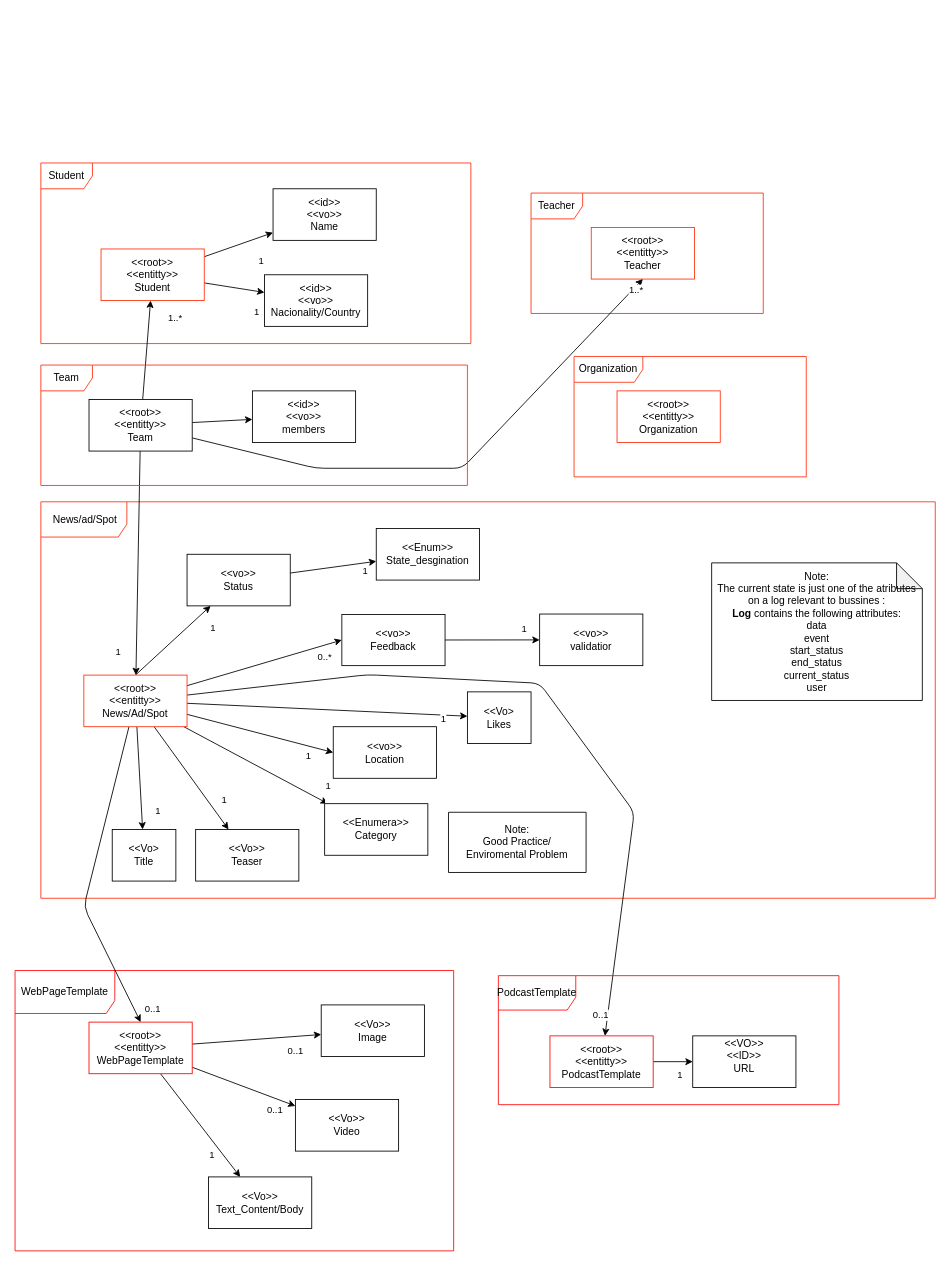
The draw.io diagram Docs/Domain-model/Domain-model.drawio in Giao748/ISEP-PESTI, before the edit. Source tidied: cells renumbered, new cells numbered last; positions are measured from the earlier drawing's top-left corner, leaving out a move shared by most shapes. Both pictures are drawn from the tidied source at 86%, with x=0, y=0 at pixel (15, 163).
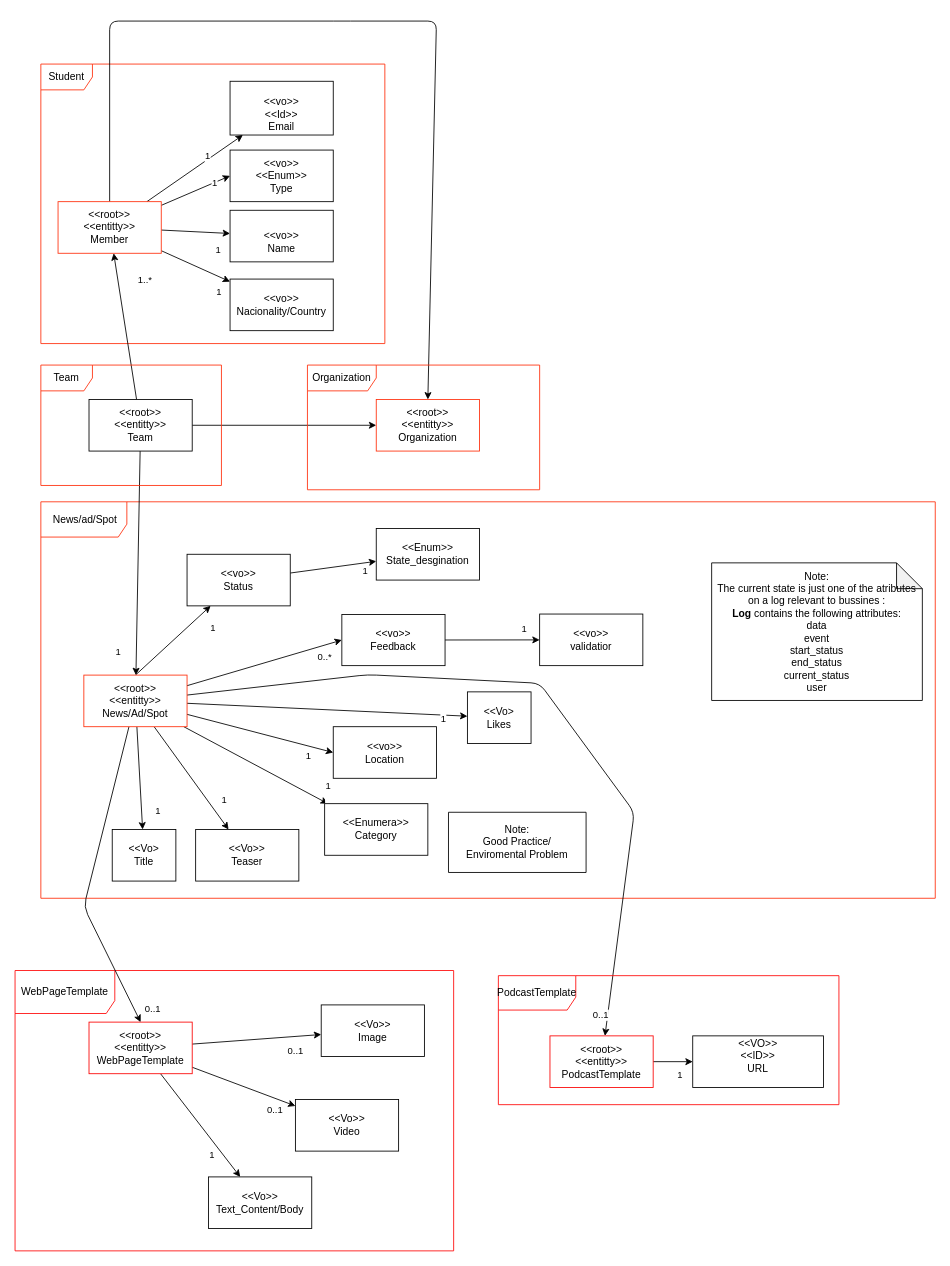
The same page after the edit.

Commit message (it also covers changes not shown here):
#2 Update on Domain Model

The change refers to these unchanged cells:
```xml
<mxCell id="52" value="&lt;span style=&quot;color: rgb(0, 0, 0);&quot;&gt;&amp;lt;&amp;lt;root&amp;gt;&amp;gt;&lt;/span&gt;&lt;div style=&quot;scrollbar-color: light-dark(#e2e2e2, #4b4b4b)&lt;br/&gt;&#9;&#9;&#9;&#9;&#9;light-dark(#fbfbfb, var(--dark-panel-color));&quot;&gt;&amp;lt;&amp;lt;entitty&amp;gt;&amp;gt;&lt;/div&gt;&lt;div style=&quot;scrollbar-color: light-dark(#e2e2e2, #4b4b4b)&lt;br/&gt;&#9;&#9;&#9;&#9;&#9;light-dark(#fbfbfb, var(--dark-panel-color));&quot;&gt;Team&lt;/div&gt;" style="whiteSpace=wrap;html=1;rounded=0;" parent="1" vertex="1">
  <mxGeometry x="86" y="275" width="120" height="60" as="geometry" />
</mxCell>
```

The edit, as a diff of the source:
```diff
@@
     <mxCell id="21" value="Student" style="shape=umlFrame;whiteSpace=wrap;html=1;strokeColor=#FF300D;" parent="1" vertex="1">
-      <mxGeometry x="30" width="500" height="210" as="geometry" />
+      <mxGeometry x="30" y="-115" width="400" height="325" as="geometry" />
     </mxCell>
@@
+    <mxCell id="72" style="edgeStyle=none;html=1;entryX=0.5;entryY=0;entryDx=0;entryDy=0;" parent="1" edge="1" source="42" target="64">
+      <mxGeometry relative="1" as="geometry">
+        <Array as="points">
+          <mxPoint x="110" y="-165" />
+          <mxPoint x="380" y="-165" />
+          <mxPoint x="490" y="-165" />
+        </Array>
+      </mxGeometry>
+    </mxCell>
+    <mxCell id="73" style="edgeStyle=none;html=1;entryX=0;entryY=0.5;entryDx=0;entryDy=0;" parent="1" edge="1" source="42" target="77">
+      <mxGeometry relative="1" as="geometry" />
+    </mxCell>
+    <mxCell id="74" value="1" style="edgeLabel;html=1;align=center;verticalAlign=middle;" parent="73" vertex="1">
+      <mxGeometry x="0.53" y="1" relative="1" as="geometry">
+        <mxPoint y="1" as="offset" />
+      </mxGeometry>
+    </mxCell>
+    <mxCell id="75" style="edgeStyle=none;html=1;" parent="1" edge="1" source="42" target="78">
+      <mxGeometry relative="1" as="geometry" />
+    </mxCell>
+    <mxCell id="76" value="1&lt;div&gt;&lt;br&gt;&lt;/div&gt;" style="edgeLabel;html=1;align=center;verticalAlign=middle;" parent="75" vertex="1">
+      <mxGeometry x="0.24" y="-2" relative="1" as="geometry" />
+    </mxCell>
-    <mxCell id="42" value="&amp;lt;&amp;lt;root&amp;gt;&amp;gt;&lt;div&gt;&amp;lt;&amp;lt;entitty&amp;gt;&amp;gt;&lt;/div&gt;&lt;div&gt;Student&lt;/div&gt;" style="rounded=0;whiteSpace=wrap;html=1;strokeColor=#FF300D;" parent="1" vertex="1">
-      <mxGeometry x="100" y="100" width="120" height="60" as="geometry" />
+    <mxCell id="42" value="&amp;lt;&amp;lt;root&amp;gt;&amp;gt;&lt;div&gt;&amp;lt;&amp;lt;entitty&amp;gt;&amp;gt;&lt;/div&gt;&lt;div&gt;Member&lt;/div&gt;" style="rounded=0;whiteSpace=wrap;html=1;strokeColor=#FF300D;" parent="1" vertex="1">
+      <mxGeometry x="50" y="45" width="120" height="60" as="geometry" />
     </mxCell>
-    <mxCell id="43" value="Teacher" style="shape=umlFrame;whiteSpace=wrap;html=1;strokeColor=#FF300D;" parent="1" vertex="1">
-      <mxGeometry x="600" y="35" width="270" height="140" as="geometry" />
-    </mxCell>
-    <mxCell id="44" value="&amp;lt;&amp;lt;root&amp;gt;&amp;gt;&lt;div&gt;&amp;lt;&amp;lt;entitty&amp;gt;&amp;gt;&lt;/div&gt;&lt;div&gt;Teacher&lt;/div&gt;" style="rounded=0;whiteSpace=wrap;html=1;strokeColor=#FF300D;" parent="1" vertex="1">
-      <mxGeometry x="670" y="75" width="120" height="60" as="geometry" />
-    </mxCell>
@@
-    <mxCell id="47" style="edgeStyle=none;html=1;entryX=0.5;entryY=1;entryDx=0;entryDy=0;" parent="1" edge="1" source="52" target="44">
-      <mxGeometry relative="1" as="geometry">
-        <Array as="points">
-          <mxPoint x="350" y="355" />
-          <mxPoint x="520" y="355" />
-        </Array>
-      </mxGeometry>
+    <mxCell id="47" style="edgeStyle=none;html=1;entryX=0;entryY=0.5;entryDx=0;entryDy=0;" parent="1" edge="1" source="52" target="64">
+      <mxGeometry relative="1" as="geometry" />
     </mxCell>
-    <mxCell id="48" value="1..*" style="edgeLabel;html=1;align=center;verticalAlign=middle;" parent="47" vertex="1">
-      <mxGeometry x="0.84" y="-2" relative="1" as="geometry">
-        <mxPoint x="24" y="-25" as="offset" />
-      </mxGeometry>
-    </mxCell>
@@
-    <mxCell id="51" style="edgeStyle=none;html=1;" parent="1" edge="1" source="52" target="71">
-      <mxGeometry relative="1" as="geometry" />
-    </mxCell>
@@
     <mxCell id="57" value="&amp;lt;&amp;lt;VO&amp;gt;&amp;gt;&lt;div&gt;&amp;lt;&amp;lt;ID&amp;gt;&amp;gt;&lt;/div&gt;&lt;div&gt;URL&lt;/div&gt;&lt;div&gt;&lt;br&gt;&lt;/div&gt;" style="whiteSpace=wrap;html=1;rounded=0;" parent="1" vertex="1">
-      <mxGeometry x="788" y="1015" width="120" height="60" as="geometry" />
+      <mxGeometry x="788" y="1015" width="152" height="60" as="geometry" />
     </mxCell>
@@
     <mxCell id="60" value="Team" style="shape=umlFrame;whiteSpace=wrap;html=1;strokeColor=#FF300D;" parent="1" vertex="1">
-      <mxGeometry x="30" y="235" width="496" height="140" as="geometry" />
+      <mxGeometry x="30" y="235" width="210" height="140" as="geometry" />
     </mxCell>
@@
-    <mxCell id="62" value="&amp;lt;&amp;lt;id&amp;gt;&amp;gt;&lt;div&gt;&lt;span style=&quot;background-color: transparent;&quot;&gt;&amp;lt;&amp;lt;vo&amp;gt;&amp;gt;&lt;/span&gt;&lt;/div&gt;&lt;div&gt;Name&lt;/div&gt;" style="rounded=0;whiteSpace=wrap;html=1;strokeColor=#000000;" parent="1" vertex="1">
-      <mxGeometry x="300" y="30" width="120" height="60" as="geometry" />
+    <mxCell id="62" value="&lt;br&gt;&lt;div&gt;&lt;span style=&quot;background-color: transparent;&quot;&gt;&amp;lt;&amp;lt;vo&amp;gt;&amp;gt;&lt;/span&gt;&lt;/div&gt;&lt;div&gt;Name&lt;/div&gt;" style="rounded=0;whiteSpace=wrap;html=1;strokeColor=#000000;" parent="1" vertex="1">
+      <mxGeometry x="250" y="55" width="120" height="60" as="geometry" />
     </mxCell>
     <mxCell id="63" value="Organization" style="shape=umlFrame;whiteSpace=wrap;html=1;strokeColor=#FF300D;width=80;height=30;" parent="1" vertex="1">
-      <mxGeometry x="650" y="225" width="270" height="140" as="geometry" />
+      <mxGeometry x="340" y="235" width="270" height="145" as="geometry" />
     </mxCell>
     <mxCell id="64" value="&amp;lt;&amp;lt;root&amp;gt;&amp;gt;&lt;div&gt;&amp;lt;&amp;lt;entitty&amp;gt;&amp;gt;&lt;/div&gt;&lt;div&gt;Organization&lt;/div&gt;" style="rounded=0;whiteSpace=wrap;html=1;strokeColor=#FF300D;" parent="1" vertex="1">
-      <mxGeometry x="700" y="265" width="120" height="60" as="geometry" />
+      <mxGeometry x="420" y="275" width="120" height="60" as="geometry" />
     </mxCell>
@@
-    <mxCell id="68" value="&amp;lt;&amp;lt;id&amp;gt;&amp;gt;&lt;div&gt;&lt;span style=&quot;background-color: transparent;&quot;&gt;&amp;lt;&amp;lt;vo&amp;gt;&amp;gt;&lt;/span&gt;&lt;/div&gt;&lt;div&gt;Nacionality/Country&lt;/div&gt;" style="rounded=0;whiteSpace=wrap;html=1;strokeColor=#000000;" parent="1" vertex="1">
-      <mxGeometry x="290" y="130" width="120" height="60" as="geometry" />
+    <mxCell id="68" value="&lt;div&gt;&lt;span style=&quot;background-color: transparent;&quot;&gt;&amp;lt;&amp;lt;vo&amp;gt;&amp;gt;&lt;/span&gt;&lt;/div&gt;&lt;div&gt;Nacionality/Country&lt;/div&gt;" style="rounded=0;whiteSpace=wrap;html=1;strokeColor=#000000;" parent="1" vertex="1">
+      <mxGeometry x="250" y="135" width="120" height="60" as="geometry" />
     </mxCell>
@@
-    <mxCell id="71" value="&amp;lt;&amp;lt;id&amp;gt;&amp;gt;&lt;div&gt;&lt;span style=&quot;background-color: transparent;&quot;&gt;&amp;lt;&amp;lt;vo&amp;gt;&amp;gt;&lt;/span&gt;&lt;/div&gt;&lt;div&gt;members&lt;/div&gt;" style="rounded=0;whiteSpace=wrap;html=1;strokeColor=#000000;" parent="1" vertex="1">
-      <mxGeometry x="276" y="265" width="120" height="60" as="geometry" />
-    </mxCell>
+    <mxCell id="77" value="&lt;div&gt;&lt;span style=&quot;background-color: transparent;&quot;&gt;&amp;lt;&amp;lt;vo&amp;gt;&amp;gt;&lt;/span&gt;&lt;/div&gt;&lt;div&gt;&amp;lt;&amp;lt;Enum&amp;gt;&amp;gt;&lt;/div&gt;&lt;div&gt;Type&lt;/div&gt;" style="rounded=0;whiteSpace=wrap;html=1;strokeColor=#000000;" parent="1" vertex="1">
+      <mxGeometry x="250" y="-15" width="120" height="60" as="geometry" />
+    </mxCell>
+    <mxCell id="78" value="&lt;br&gt;&lt;div&gt;&lt;span style=&quot;background-color: transparent;&quot;&gt;&amp;lt;&amp;lt;vo&amp;gt;&amp;gt;&lt;/span&gt;&lt;/div&gt;&lt;div&gt;&lt;span style=&quot;background-color: transparent;&quot;&gt;&amp;lt;&amp;lt;Id&amp;gt;&amp;gt;&lt;/span&gt;&lt;/div&gt;&lt;div&gt;Email&lt;/div&gt;" style="rounded=0;whiteSpace=wrap;html=1;strokeColor=#000000;" parent="1" vertex="1">
+      <mxGeometry x="250" y="-95" width="120" height="62.5" as="geometry" />
+    </mxCell>
```
